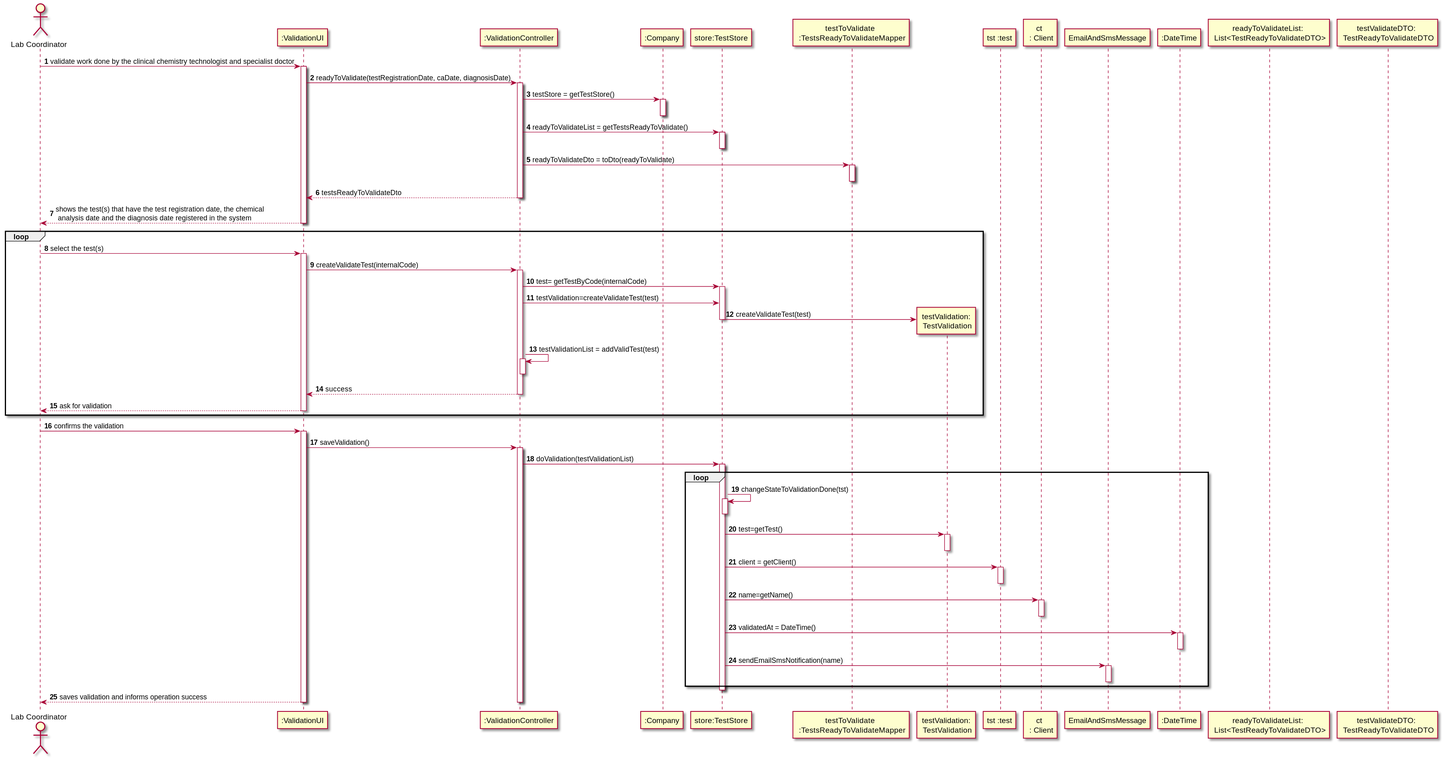
Earlier version of the PlantUML export docs/SprintD/US15/UC15_SD.svg (GuilhermeCunha79/lapr2). The source it was exported from:
```plantuml
@startuml
autonumber
actor "Lab Coordinator" as LC

participant ":ValidationUI" as UI
participant ":ValidationController" as CTRL
participant ":Company" as C
participant "store:TestStore" as TS
participant "testToValidate \n :TestsReadyToValidateMapper" as TVM
participant "testValidation:\n TestValidation" as TV
participant "tst :test" as TST
participant "ct \n : Client" as CT
participant "EmailAndSmsMessage" as EM
participant ":DateTime" as DT
participant "readyToValidateList: \n List<TestReadyToValidateDTO>" as LTVDTO
participant "testValidateDTO: \n TestReadyToValidateDTO" as TVDTO

LC -> UI : validate work done by the clinical chemistry technologist and specialist doctor
activate UI
    UI -> CTRL : readyToValidate(testRegistrationDate, caDate, diagnosisDate)
    activate CTRL
    CTRL -> C : testStore = getTestStore()
    activate C
    deactivate C
    CTRL -> TS : readyToValidateList = getTestsReadyToValidate()
    activate TS
    deactivate TS
    CTRL -> TVM : readyToValidateDto = toDto(readyToValidate)
    activate TVM
    deactivate TVM
    deactivate TVM
    CTRL --> UI : testsReadyToValidateDto
    deactivate CTRL
    UI --> LC : shows the test(s) that have the test registration date, the chemical\n analysis date and the diagnosis date registered in the system
deactivate UI
loop
LC -> UI : select the test(s)
activate UI

UI -> CTRL : createValidateTest(internalCode)
activate CTRL
CTRL -> TS : test= getTestByCode(internalCode)
activate TS
CTRL -> TS : testValidation=createValidateTest(test)
TS-> TV** : createValidateTest(test)
deactivate TS



CTRL -> CTRL : testValidationList = addValidTest(test)
activate CTRL
deactivate CTRL
CTRL --> UI : success
deactivate CTRL

    UI --> LC : ask for validation
    deactivate CTRL
deactivate UI
end
LC -> UI : confirms the validation
activate UI
    UI -> CTRL : saveValidation()
    activate CTRL
    CTRL -> TS : doValidation(testValidationList)
    loop
    activate TS
    TS -> TS : changeStateToValidationDone(tst)
    activate TS
    deactivate TS
    TS -> TV : test=getTest()
    activate TV
    deactivate TV
    TS -> TST : client = getClient()
    activate TST
    deactivate TST
    TS -> CT : name=getName()
    activate CT
    deactivate CT
    TS -> DT : validatedAt = DateTime()
    activate DT
        deactivate DT
    TS -> EM : sendEmailSmsNotification(name)
    activate EM
        deactivate EM
   end


    deactivate TS


UI --> LC : saves validation and informs operation success
deactivate C
deactivate UI
deactivate CTRL

@enduml
```
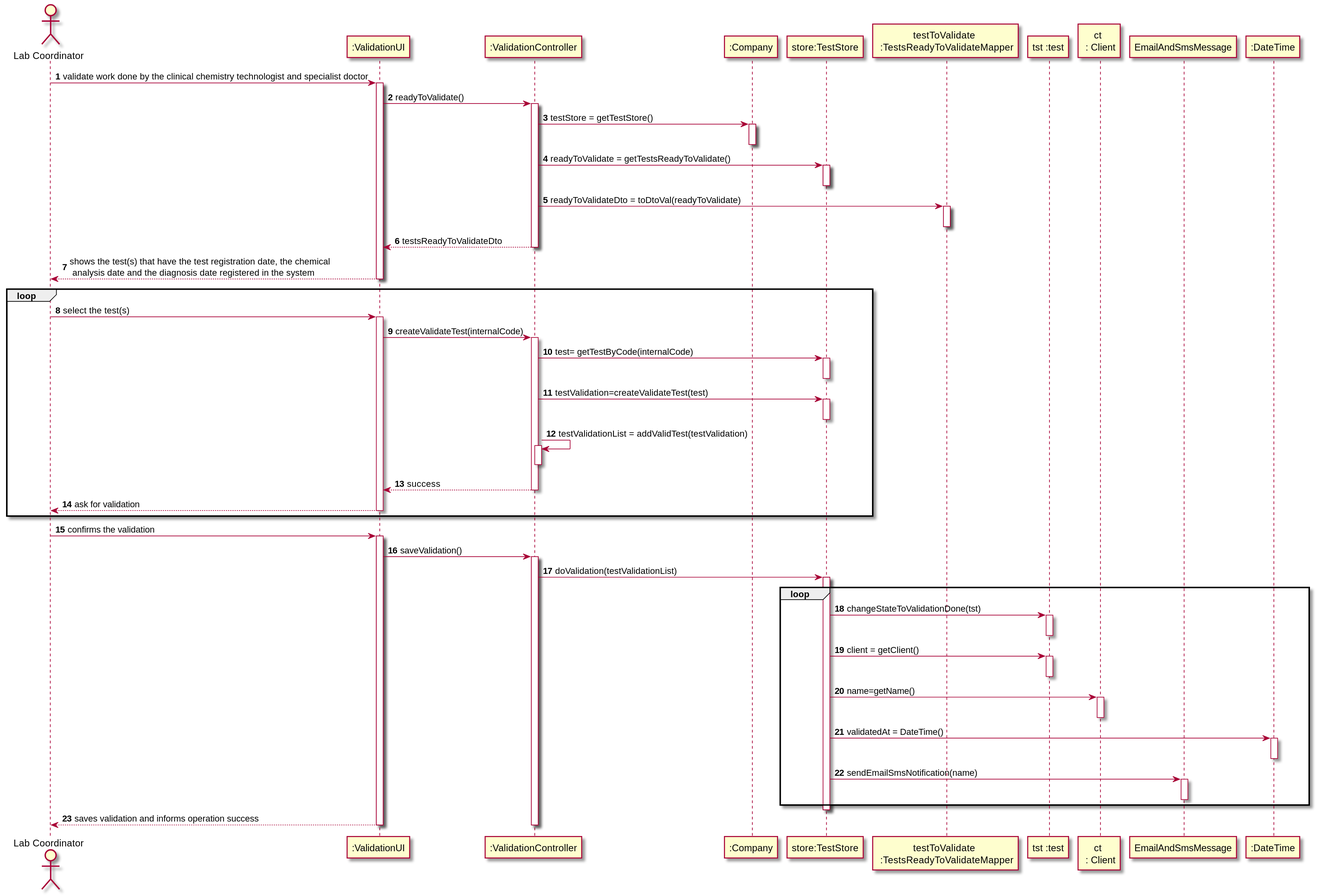
Later version of the same file.

Commit message:
Update of the SD diagram [US-02] [Requirements Engineering]

What changed in the source:
```diff
@@ -7,25 +7,23 @@
 participant ":Company" as C
 participant "store:TestStore" as TS
 participant "testToValidate \n :TestsReadyToValidateMapper" as TVM
-participant "testValidation:\n TestValidation" as TV
+
 participant "tst :test" as TST
 participant "ct \n : Client" as CT
 participant "EmailAndSmsMessage" as EM
 participant ":DateTime" as DT
-participant "readyToValidateList: \n List<TestReadyToValidateDTO>" as LTVDTO
-participant "testValidateDTO: \n TestReadyToValidateDTO" as TVDTO
 
 LC -> UI : validate work done by the clinical chemistry technologist and specialist doctor
 activate UI
-    UI -> CTRL : readyToValidate(testRegistrationDate, caDate, diagnosisDate)
+    UI -> CTRL : readyToValidate()
     activate CTRL
     CTRL -> C : testStore = getTestStore()
     activate C
     deactivate C
-    CTRL -> TS : readyToValidateList = getTestsReadyToValidate()
+    CTRL -> TS : readyToValidate = getTestsReadyToValidate()
     activate TS
     deactivate TS
-    CTRL -> TVM : readyToValidateDto = toDto(readyToValidate)
+    CTRL -> TVM : readyToValidateDto = toDtoVal(readyToValidate)
     activate TVM
     deactivate TVM
     deactivate TVM
@@ -41,13 +39,14 @@
 activate CTRL
 CTRL -> TS : test= getTestByCode(internalCode)
 activate TS
+deactivate TS
 CTRL -> TS : testValidation=createValidateTest(test)
-TS-> TV** : createValidateTest(test)
+activate TS
 deactivate TS
 
 
 
-CTRL -> CTRL : testValidationList = addValidTest(test)
+CTRL -> CTRL : testValidationList = addValidTest(testValidation)
 activate CTRL
 deactivate CTRL
 CTRL --> UI : success
@@ -64,12 +63,9 @@
     CTRL -> TS : doValidation(testValidationList)
     loop
     activate TS
-    TS -> TS : changeStateToValidationDone(tst)
-    activate TS
-    deactivate TS
-    TS -> TV : test=getTest()
-    activate TV
-    deactivate TV
+    TS -> TST : changeStateToValidationDone(tst)
+    activate TST
+    deactivate TST
     TS -> TST : client = getClient()
     activate TST
     deactivate TST
```
